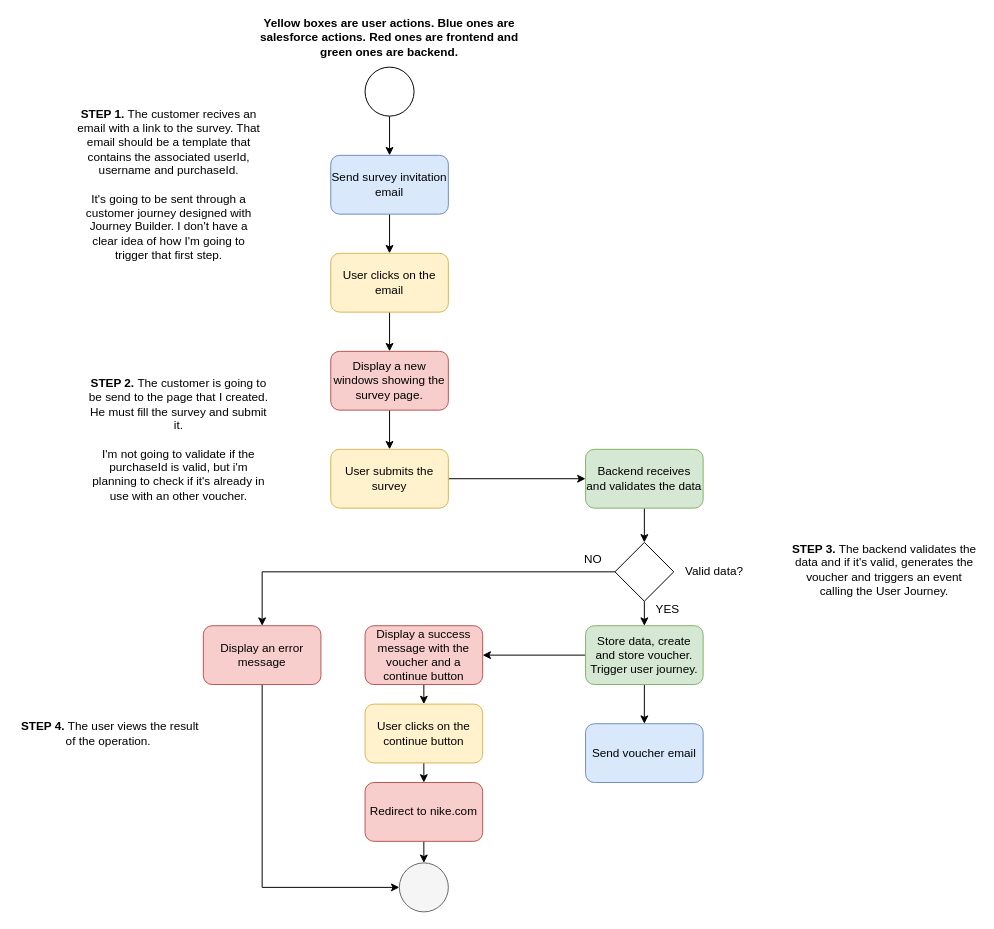
Earlier version of the draw.io diagram Nike.drawio (pkhralovich/PenfieldChallenge). Source tidied: cells renumbered, new cells numbered last; positions are measured from the earlier drawing's top-left corner, leaving out a move shared by most shapes. Both pictures are drawn from the tidied source at 98%, with x=0, y=0 at pixel (17, 27).
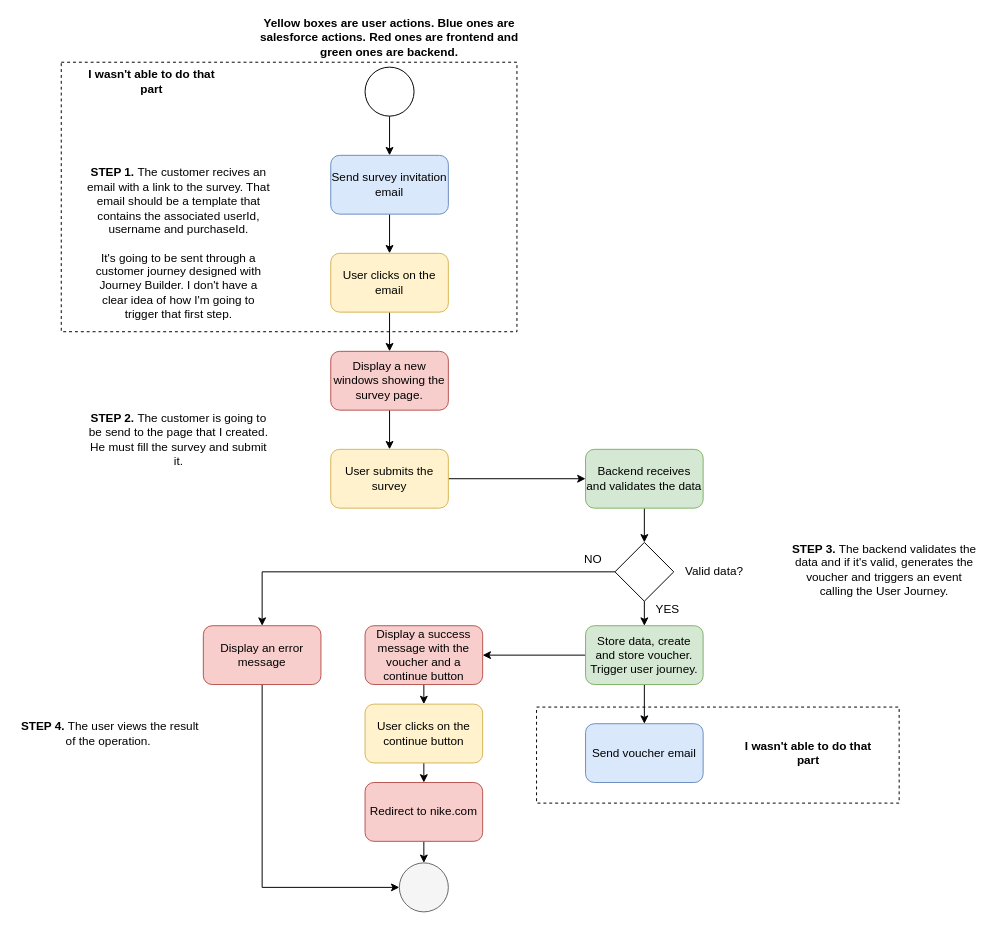
The same page after the edit.

Commit message (it also covers changes not shown here):
Add readme & flow diagram

Change to the diagram source:
```diff
@@
+    <mxCell id="38" style="rounded=0;whiteSpace=wrap;html=1;fillColor=none;dashed=1;" parent="1" vertex="1">
+      <mxGeometry x="45" y="35" width="465" height="275" as="geometry" />
+    </mxCell>
@@
     <mxCell id="6" value="&lt;b&gt;STEP 1. &lt;/b&gt;The customer recives an email with a link to the survey. That email should be a template that contains the associated userId, username and purchaseId.&lt;br&gt;&lt;br&gt;It's going to be sent through a customer journey designed with Journey Builder. I don't have a clear idea of how I'm going to trigger that first step." style="text;html=1;strokeColor=none;fillColor=none;align=center;verticalAlign=middle;whiteSpace=wrap;rounded=0;" parent="1" vertex="1">
-      <mxGeometry x="60" y="150" width="190" height="20" as="geometry" />
+      <mxGeometry x="70" y="210" width="190" height="20" as="geometry" />
     </mxCell>
@@
-    <mxCell id="11" value="&lt;b&gt;STEP 2. &lt;/b&gt;The customer is going to be send to the page that I created. He must fill the survey and submit it.&lt;br&gt;&lt;br&gt;I'm not going to validate if the purchaseId is valid, but i'm planning to check if it's already in use with an other voucher." style="text;html=1;strokeColor=none;fillColor=none;align=center;verticalAlign=middle;whiteSpace=wrap;rounded=0;" parent="1" vertex="1">
+    <mxCell id="11" value="&lt;b&gt;STEP 2. &lt;/b&gt;The customer is going to be send to the page that I created. He must fill the survey and submit it." style="text;html=1;strokeColor=none;fillColor=none;align=center;verticalAlign=middle;whiteSpace=wrap;rounded=0;" parent="1" vertex="1">
       <mxGeometry x="70" y="410" width="190" height="20" as="geometry" />
     </mxCell>
@@
+    <mxCell id="39" value="I wasn't able to do that part" style="text;html=1;strokeColor=none;fillColor=none;align=center;verticalAlign=middle;whiteSpace=wrap;rounded=0;fontStyle=1;" parent="1" vertex="1">
+      <mxGeometry x="60" y="45" width="155" height="20" as="geometry" />
+    </mxCell>
+    <mxCell id="40" style="rounded=0;whiteSpace=wrap;html=1;fillColor=none;dashed=1;" parent="1" vertex="1">
+      <mxGeometry x="530" y="693" width="370" height="98" as="geometry" />
+    </mxCell>
+    <mxCell id="41" value="I wasn't able to do that part" style="text;html=1;strokeColor=none;fillColor=none;align=center;verticalAlign=middle;whiteSpace=wrap;rounded=0;fontStyle=1;" parent="1" vertex="1">
+      <mxGeometry x="730" y="730" width="155" height="20" as="geometry" />
+    </mxCell>
```
